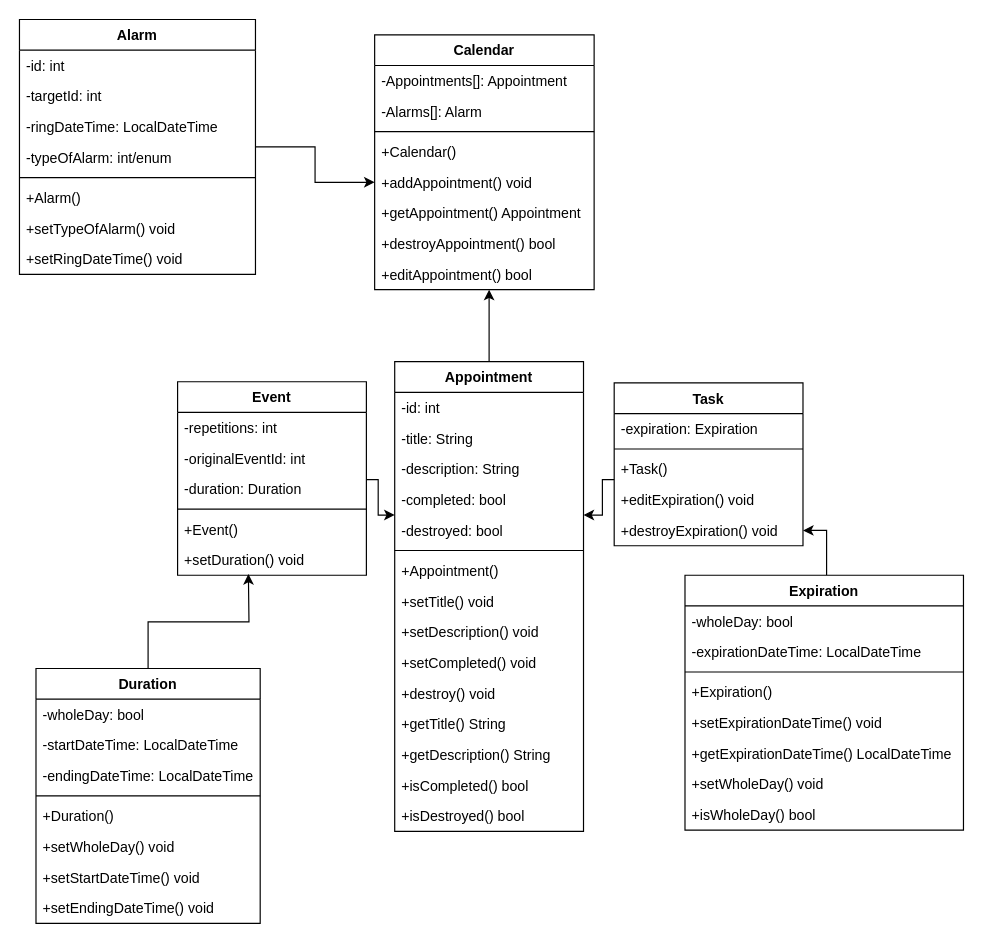
This is doc/UML-Calendar_Class_Diagram.drawio from gmenendez0/Calendar, a draw.io file, before an edit. Source tidied: cells renumbered, new cells numbered last; positions are measured from the earlier drawing's top-left corner, leaving out a move shared by most shapes. Both pictures are drawn from the tidied source at 118%, with x=0, y=0 at pixel (19, 19).
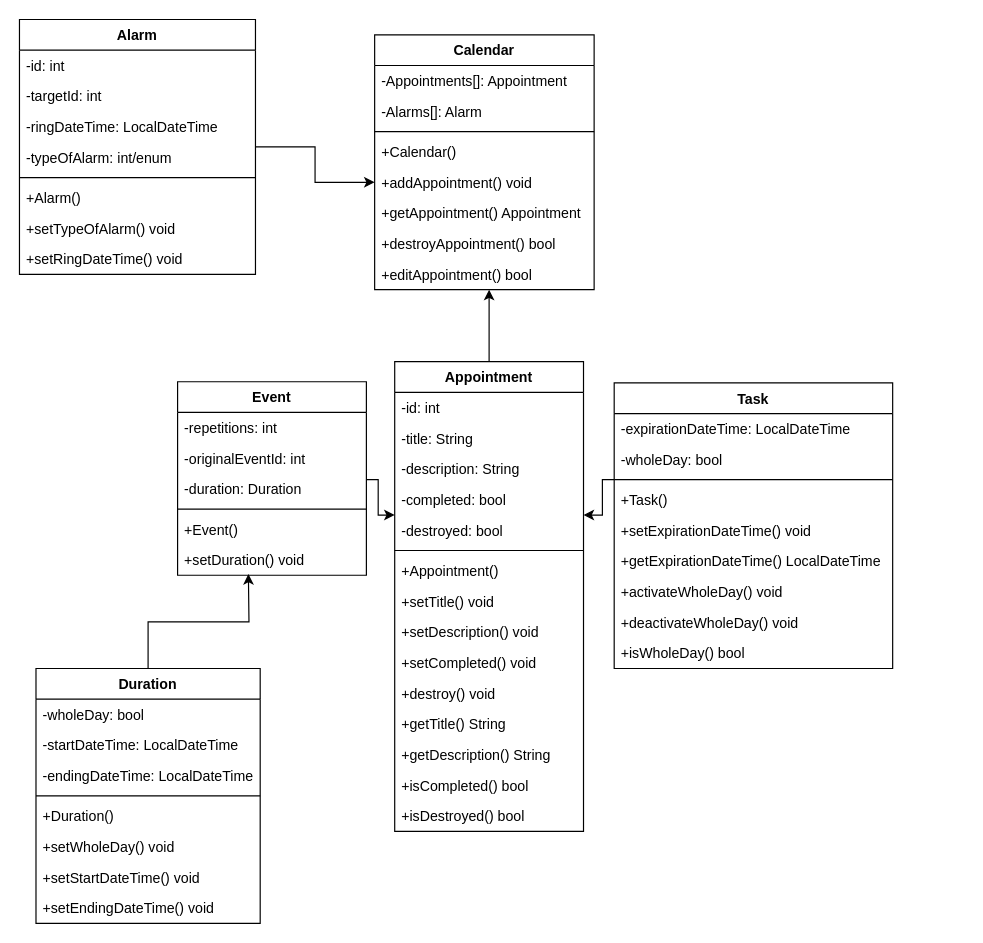
The same diagram, later.

What changed in the source:
```diff
@@
     <mxCell id="20" value="Task" style="swimlane;fontStyle=1;align=center;verticalAlign=top;horizontal=1;startSize=26;" parent="1" vertex="1">
-      <mxGeometry x="504" y="308" width="160" height="138" as="geometry" />
+      <mxGeometry x="504" y="308" width="236" height="242" as="geometry" />
     </mxCell>
-    <mxCell id="21" value="-expiration: Expiration" style="text;strokeColor=none;fillColor=none;align=left;verticalAlign=top;spacingLeft=4;spacingRight=4;overflow=hidden;" parent="20" vertex="1">
-      <mxGeometry y="26" width="160" height="26" as="geometry" />
+    <mxCell id="21" value="-expirationDateTime: LocalDateTime" style="text;strokeColor=none;fillColor=none;align=left;verticalAlign=top;spacingLeft=4;spacingRight=4;overflow=hidden;" parent="20" vertex="1">
+      <mxGeometry y="26" width="236" height="26" as="geometry" />
     </mxCell>
+    <mxCell id="55" value="-wholeDay: bool" style="text;strokeColor=none;fillColor=none;align=left;verticalAlign=top;spacingLeft=4;spacingRight=4;overflow=hidden;" parent="20" vertex="1">
+      <mxGeometry y="52" width="236" height="26" as="geometry" />
+    </mxCell>
     <mxCell id="22" style="line;strokeWidth=1;fillColor=none;align=left;verticalAlign=middle;spacingTop=-1;spacingLeft=3;spacingRight=3;labelPosition=right;strokeColor=inherit;" parent="20" vertex="1">
-      <mxGeometry y="52" width="160" height="8" as="geometry" />
+      <mxGeometry y="78" width="236" height="8" as="geometry" />
     </mxCell>
     <mxCell id="23" value="+Task()" style="text;strokeColor=none;fillColor=none;align=left;verticalAlign=top;spacingLeft=4;spacingRight=4;overflow=hidden;" parent="20" vertex="1">
-      <mxGeometry y="60" width="160" height="26" as="geometry" />
+      <mxGeometry y="86" width="236" height="26" as="geometry" />
     </mxCell>
+    <mxCell id="59" value="+setExpirationDateTime() void" style="text;strokeColor=none;fillColor=none;align=left;verticalAlign=top;spacingLeft=4;spacingRight=4;overflow=hidden;" parent="20" vertex="1">
+      <mxGeometry y="112" width="236" height="26" as="geometry" />
+    </mxCell>
+    <mxCell id="60" value="+getExpirationDateTime() LocalDateTime" style="text;strokeColor=none;fillColor=none;align=left;verticalAlign=top;spacingLeft=4;spacingRight=4;overflow=hidden;" parent="20" vertex="1">
+      <mxGeometry y="138" width="236" height="26" as="geometry" />
+    </mxCell>
+    <mxCell id="61" value="+activateWholeDay() void" style="text;strokeColor=none;fillColor=none;align=left;verticalAlign=top;spacingLeft=4;spacingRight=4;overflow=hidden;" parent="20" vertex="1">
+      <mxGeometry y="164" width="236" height="26" as="geometry" />
+    </mxCell>
+    <mxCell id="62" value="+deactivateWholeDay() void" style="text;strokeColor=none;fillColor=none;align=left;verticalAlign=top;spacingLeft=4;spacingRight=4;overflow=hidden;" parent="20" vertex="1">
+      <mxGeometry y="190" width="236" height="26" as="geometry" />
+    </mxCell>
-    <mxCell id="24" value="+editExpiration() void" style="text;strokeColor=none;fillColor=none;align=left;verticalAlign=top;spacingLeft=4;spacingRight=4;overflow=hidden;" parent="20" vertex="1">
-      <mxGeometry y="86" width="160" height="26" as="geometry" />
+    <mxCell id="24" value="+isWholeDay() bool" style="text;strokeColor=none;fillColor=none;align=left;verticalAlign=top;spacingLeft=4;spacingRight=4;overflow=hidden;" parent="20" vertex="1">
+      <mxGeometry y="216" width="236" height="26" as="geometry" />
     </mxCell>
-    <mxCell id="25" value="+destroyExpiration() void" style="text;strokeColor=none;fillColor=none;align=left;verticalAlign=top;spacingLeft=4;spacingRight=4;overflow=hidden;points=[[0,0.5],[1,0.5]];portConstraint=eastwest;" parent="20" vertex="1">
-      <mxGeometry y="112" width="160" height="26" as="geometry" />
-    </mxCell>
@@
-    <mxCell id="53" style="edgeStyle=orthogonalEdgeStyle;rounded=0;jettySize=auto;html=1;" parent="1" edge="1" source="54" target="25">
-      <mxGeometry relative="1" as="geometry">
-        <Array as="points">
-          <mxPoint x="684" y="589" />
-        </Array>
-      </mxGeometry>
-    </mxCell>
-    <mxCell id="54" value="Expiration" style="swimlane;fontStyle=1;align=center;verticalAlign=top;horizontal=1;startSize=26;" parent="1" vertex="1">
-      <mxGeometry x="564" y="471" width="236" height="216" as="geometry" />
-    </mxCell>
-    <mxCell id="55" value="-wholeDay: bool" style="text;strokeColor=none;fillColor=none;align=left;verticalAlign=top;spacingLeft=4;spacingRight=4;overflow=hidden;" parent="54" vertex="1">
-      <mxGeometry y="26" width="236" height="26" as="geometry" />
-    </mxCell>
-    <mxCell id="56" value="-expirationDateTime: LocalDateTime" style="text;strokeColor=none;fillColor=none;align=left;verticalAlign=top;spacingLeft=4;spacingRight=4;overflow=hidden;" parent="54" vertex="1">
-      <mxGeometry y="52" width="236" height="26" as="geometry" />
-    </mxCell>
-    <mxCell id="57" style="line;strokeWidth=1;fillColor=none;align=left;verticalAlign=middle;spacingTop=-1;spacingLeft=3;spacingRight=3;labelPosition=right;strokeColor=inherit;" parent="54" vertex="1">
-      <mxGeometry y="78" width="236" height="8" as="geometry" />
-    </mxCell>
-    <mxCell id="58" value="+Expiration()" style="text;strokeColor=none;fillColor=none;align=left;verticalAlign=top;spacingLeft=4;spacingRight=4;overflow=hidden;" parent="54" vertex="1">
-      <mxGeometry y="86" width="236" height="26" as="geometry" />
-    </mxCell>
-    <mxCell id="59" value="+setExpirationDateTime() void" style="text;strokeColor=none;fillColor=none;align=left;verticalAlign=top;spacingLeft=4;spacingRight=4;overflow=hidden;" parent="54" vertex="1">
-      <mxGeometry y="112" width="236" height="26" as="geometry" />
-    </mxCell>
-    <mxCell id="60" value="+getExpirationDateTime() LocalDateTime" style="text;strokeColor=none;fillColor=none;align=left;verticalAlign=top;spacingLeft=4;spacingRight=4;overflow=hidden;" parent="54" vertex="1">
-      <mxGeometry y="138" width="236" height="26" as="geometry" />
-    </mxCell>
-    <mxCell id="61" value="+setWholeDay() void" style="text;strokeColor=none;fillColor=none;align=left;verticalAlign=top;spacingLeft=4;spacingRight=4;overflow=hidden;" parent="54" vertex="1">
-      <mxGeometry y="164" width="236" height="26" as="geometry" />
-    </mxCell>
-    <mxCell id="62" value="+isWholeDay() bool" style="text;strokeColor=none;fillColor=none;align=left;verticalAlign=top;spacingLeft=4;spacingRight=4;overflow=hidden;" parent="54" vertex="1">
-      <mxGeometry y="190" width="236" height="26" as="geometry" />
-    </mxCell>
```
